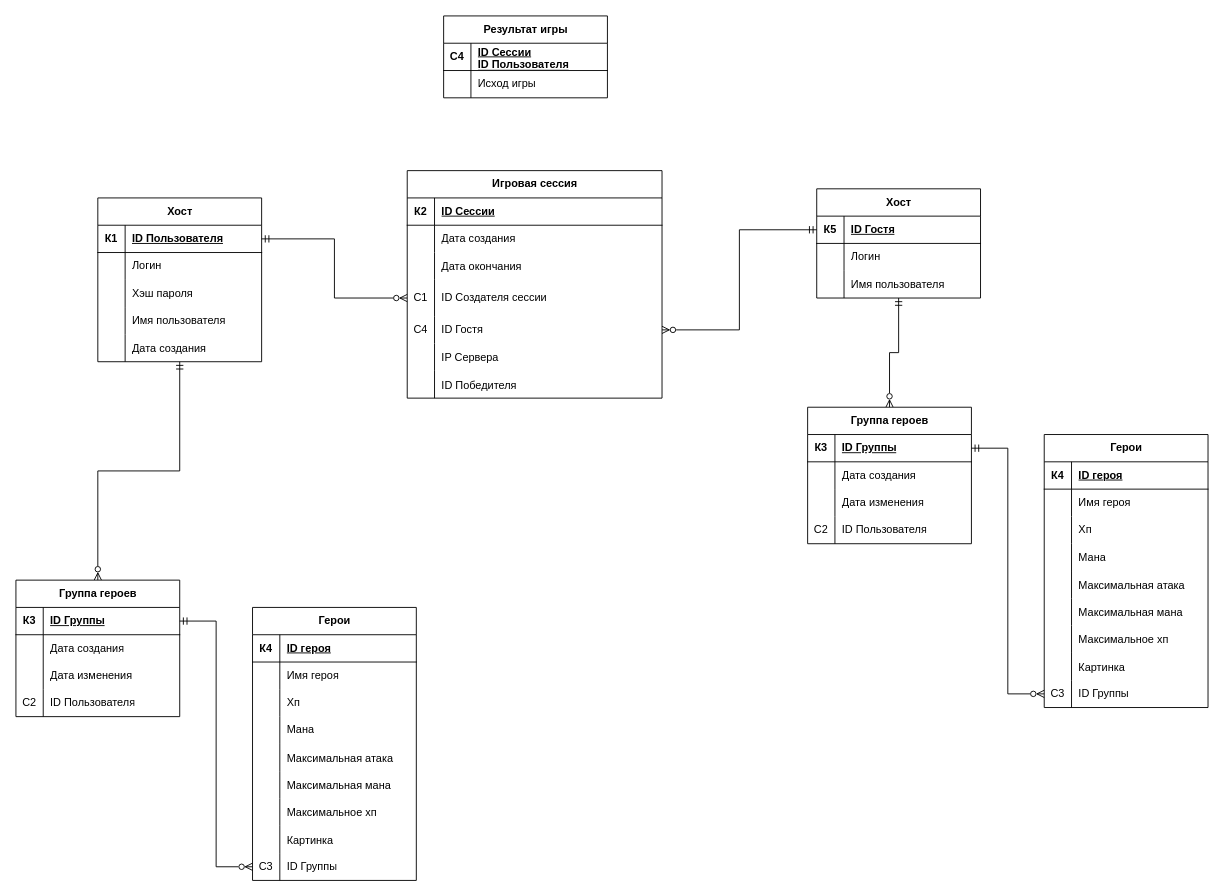
This is page "Страница-4" (4 of 4) of database_diagram.drawio from 44656e6973/JavaSpringGame, a draw.io file, before an edit. Source tidied: cells renumbered, new cells numbered last; positions are measured from the earlier drawing's top-left corner, leaving out a move shared by most shapes. Both pictures are drawn from the tidied source at 91%, with x=0, y=0 at pixel (15, 15).
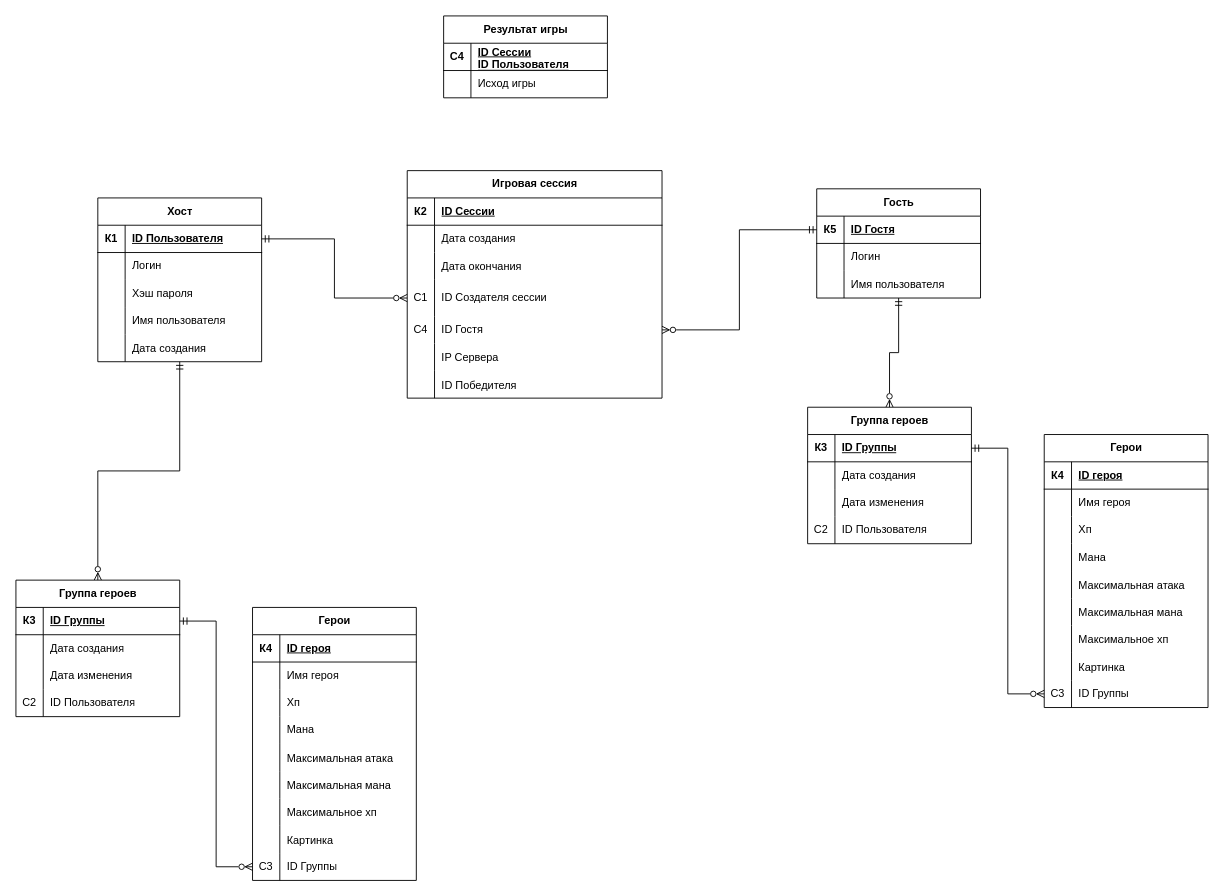
The same diagram, later.

What changed in the source:
```diff
@@
-    <mxCell id="92" value="Хост" style="shape=table;startSize=30;childLayout=tableLayout;rowLines=0;fontStyle=1;align=center;html=1;" parent="1" vertex="1">
+    <mxCell id="92" value="Гость" style="shape=table;startSize=30;childLayout=tableLayout;rowLines=0;fontStyle=1;align=center;html=1;" parent="1" vertex="1">
       <mxGeometry x="880" y="190" width="180" height="120" as="geometry" />
     </mxCell>
```
